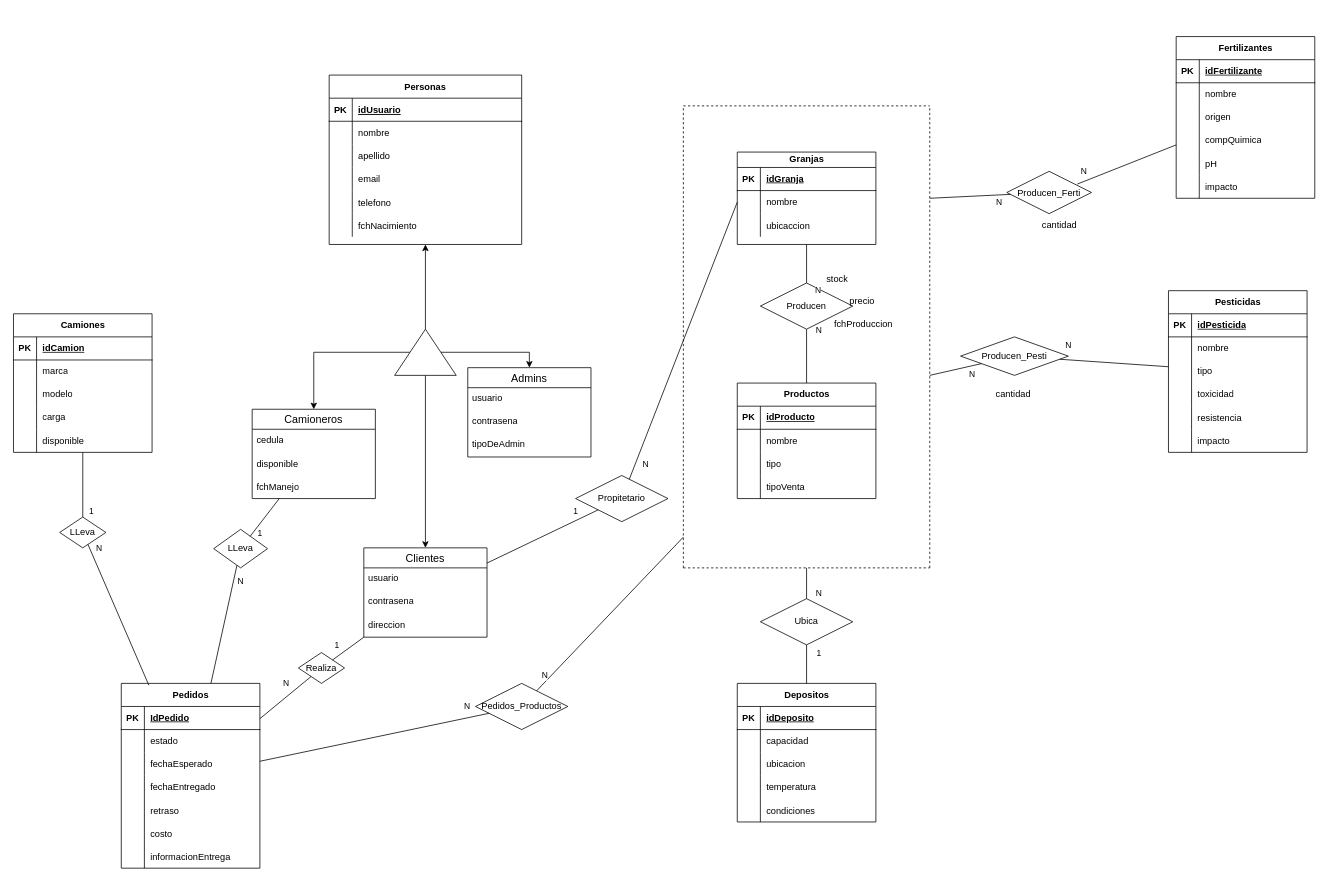
Above: Documentacion/MER.drawio in MatiasErra/ProyectoFinal (draw.io), before the change. Source tidied: cells renumbered, new cells numbered last; positions are measured from the earlier drawing's top-left corner, leaving out a move shared by most shapes. Both pictures are drawn from the tidied source at 77%, with x=0, y=0 at pixel (13, 36).
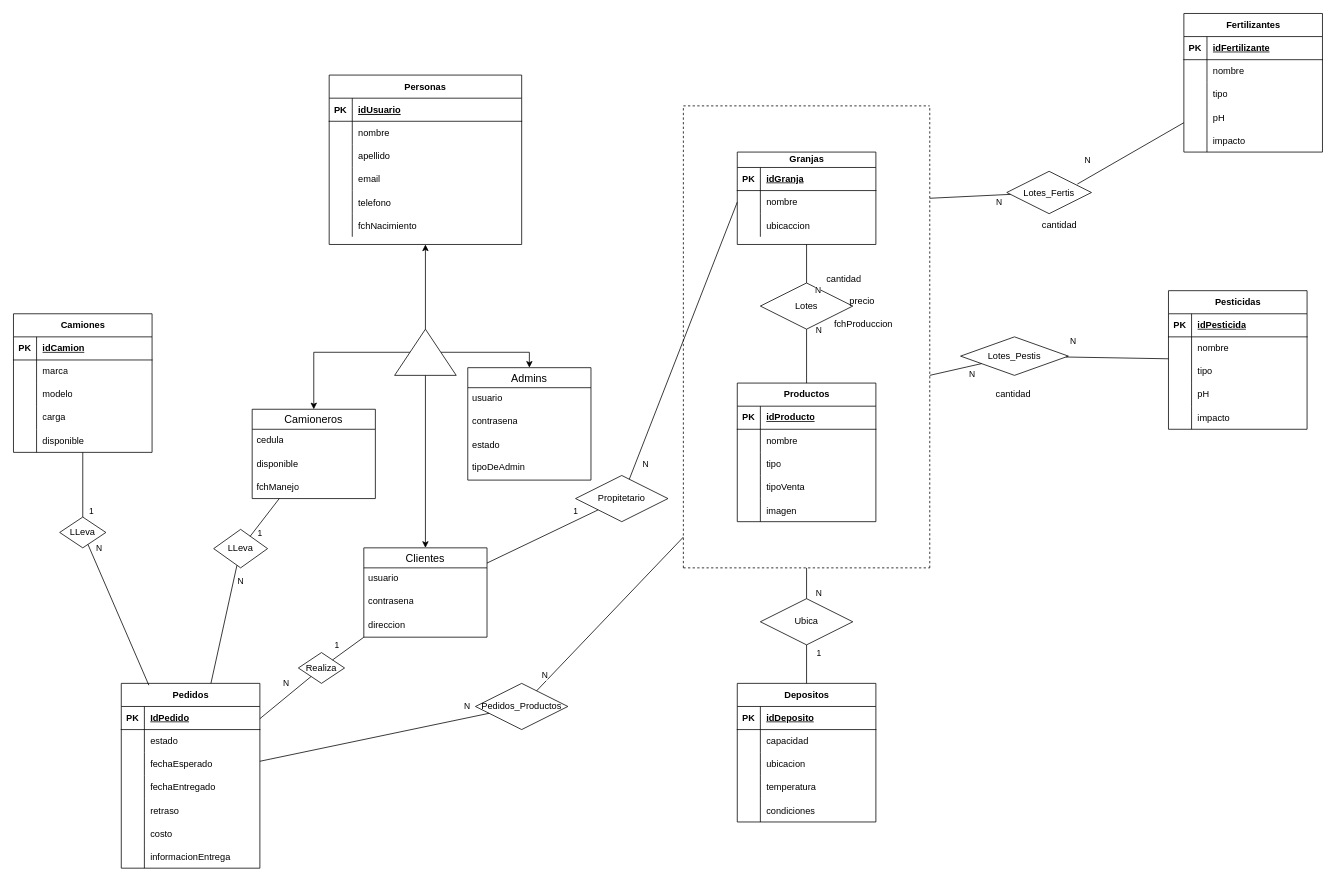
Above is the later version.

The change refers to these unchanged cells:
```xml
<mxCell id="131" style="shape=tableRow;horizontal=0;startSize=0;swimlaneHead=0;swimlaneBody=0;fillColor=none;top=0;left=0;right=0;bottom=0;" parent="124" vertex="1">
  <mxGeometry y="90" width="180" height="30" as="geometry" />
</mxCell>
<mxCell id="153" style="shape=tableRow;horizontal=0;startSize=0;swimlaneHead=0;swimlaneBody=0;fillColor=none;top=0;left=0;right=0;bottom=0;" parent="143" vertex="1">
  <mxGeometry y="120" width="180" height="30" as="geometry" />
</mxCell>
```

The edit, as a diff of the source:
```diff
@@
     <mxCell id="34" value="Admins" style="swimlane;fontStyle=0;horizontal=1;startSize=26;align=center;fontSize=14;" parent="1" vertex="1">
-      <mxGeometry x="590" y="430" width="160" height="116" as="geometry" />
+      <mxGeometry x="590" y="430" width="160" height="146" as="geometry" />
     </mxCell>
@@
+    <mxCell id="207" value="estado" style="text;strokeColor=none;fillColor=none;align=left;verticalAlign=middle;spacingLeft=4;spacingRight=4;overflow=hidden;whiteSpace=wrap;html=1;" parent="34" vertex="1">
+      <mxGeometry y="86" width="160" height="30" as="geometry" />
+    </mxCell>
     <mxCell id="37" value="tipoDeAdmin&lt;br&gt;" style="text;strokeColor=none;fillColor=none;spacingLeft=4;spacingRight=4;overflow=hidden;fontSize=12;whiteSpace=wrap;html=1;" parent="34" vertex="1">
-      <mxGeometry y="86" width="160" height="30" as="geometry" />
+      <mxGeometry y="116" width="160" height="30" as="geometry" />
     </mxCell>
@@
     <mxCell id="93" value="Productos" style="shape=table;startSize=30;childLayout=tableLayout;rowLines=0;fontStyle=1;align=center;html=1;" parent="1" vertex="1">
-      <mxGeometry x="940" y="450" width="180" height="150" as="geometry" />
+      <mxGeometry x="940" y="450" width="180" height="180" as="geometry" />
     </mxCell>
@@
+    <mxCell id="156" style="shape=tableRow;horizontal=0;startSize=0;swimlaneHead=0;swimlaneBody=0;fillColor=none;top=0;left=0;right=0;bottom=0;" parent="93" vertex="1">
+      <mxGeometry y="150" width="180" height="30" as="geometry" />
+    </mxCell>
+    <mxCell id="157" style="shape=partialRectangle;fillColor=none;top=0;left=0;bottom=0;right=0;overflow=hidden;" parent="156" vertex="1">
+      <mxGeometry width="30" height="30" as="geometry" />
+    </mxCell>
+    <mxCell id="208" value="imagen" style="shape=partialRectangle;fillColor=none;top=0;left=0;bottom=0;right=0;align=left;spacingLeft=6;overflow=hidden;" parent="156" vertex="1">
+      <mxGeometry x="30" width="150" height="30" as="geometry" />
+    </mxCell>
@@
-    <mxCell id="116" value="Producen" style="shape=rhombus;perimeter=rhombusPerimeter;whiteSpace=wrap;html=1;align=center;" parent="1" vertex="1">
+    <mxCell id="116" value="Lotes" style="shape=rhombus;perimeter=rhombusPerimeter;whiteSpace=wrap;html=1;align=center;" parent="1" vertex="1">
       <mxGeometry x="970" y="320" width="120" height="60" as="geometry" />
     </mxCell>
@@
-    <mxCell id="121" value="stock" style="text;strokeColor=none;fillColor=none;align=left;verticalAlign=middle;spacingLeft=4;spacingRight=4;overflow=hidden;whiteSpace=wrap;html=1;" parent="1" vertex="1">
+    <mxCell id="121" value="cantidad" style="text;strokeColor=none;fillColor=none;align=left;verticalAlign=middle;spacingLeft=4;spacingRight=4;overflow=hidden;whiteSpace=wrap;html=1;" parent="1" vertex="1">
       <mxGeometry x="1050" y="300" width="80" height="30" as="geometry" />
     </mxCell>
@@
     <mxCell id="124" value="Fertilizantes" style="shape=table;startSize=30;childLayout=tableLayout;rowLines=0;fontStyle=1;align=center;html=1;" parent="1" vertex="1">
-      <mxGeometry x="1510" width="180" height="210" as="geometry" />
+      <mxGeometry x="1520" y="-30" width="180" height="180" as="geometry" />
     </mxCell>
@@
-    <mxCell id="133" value="origen" style="shape=partialRectangle;fillColor=none;top=0;left=0;bottom=0;right=0;align=left;spacingLeft=6;overflow=hidden;whiteSpace=wrap;html=1;" parent="131" vertex="1">
+    <mxCell id="133" value="tipo" style="shape=partialRectangle;fillColor=none;top=0;left=0;bottom=0;right=0;align=left;spacingLeft=6;overflow=hidden;whiteSpace=wrap;html=1;" parent="131" vertex="1">
       <mxGeometry x="30" width="150" height="30" as="geometry" />
     </mxCell>
-    <mxCell id="134" style="shape=tableRow;horizontal=0;startSize=0;swimlaneHead=0;swimlaneBody=0;fillColor=none;top=0;left=0;right=0;bottom=0;" parent="124" vertex="1">
-      <mxGeometry y="120" width="180" height="30" as="geometry" />
-    </mxCell>
-    <mxCell id="135" style="shape=partialRectangle;fillColor=none;top=0;left=0;bottom=0;right=0;overflow=hidden;whiteSpace=wrap;html=1;" parent="134" vertex="1">
-      <mxGeometry width="30" height="30" as="geometry" />
-    </mxCell>
-    <mxCell id="136" value="compQuimica" style="shape=partialRectangle;fillColor=none;top=0;left=0;bottom=0;right=0;align=left;spacingLeft=6;overflow=hidden;whiteSpace=wrap;html=1;" parent="134" vertex="1">
-      <mxGeometry x="30" width="150" height="30" as="geometry" />
-    </mxCell>
     <mxCell id="137" style="shape=tableRow;horizontal=0;startSize=0;swimlaneHead=0;swimlaneBody=0;fillColor=none;top=0;left=0;right=0;bottom=0;" parent="124" vertex="1">
-      <mxGeometry y="150" width="180" height="30" as="geometry" />
+      <mxGeometry y="120" width="180" height="30" as="geometry" />
     </mxCell>
@@
     <mxCell id="140" style="shape=tableRow;horizontal=0;startSize=0;swimlaneHead=0;swimlaneBody=0;fillColor=none;top=0;left=0;right=0;bottom=0;" parent="124" vertex="1">
-      <mxGeometry y="180" width="180" height="30" as="geometry" />
+      <mxGeometry y="150" width="180" height="30" as="geometry" />
     </mxCell>
@@
     <mxCell id="143" value="Pesticidas" style="shape=table;startSize=30;childLayout=tableLayout;rowLines=0;fontStyle=1;align=center;html=1;" parent="1" vertex="1">
-      <mxGeometry x="1500" y="330" width="180" height="210" as="geometry" />
+      <mxGeometry x="1500" y="330" width="180" height="180" as="geometry" />
     </mxCell>
@@
-    <mxCell id="155" value="toxicidad" style="shape=partialRectangle;fillColor=none;top=0;left=0;bottom=0;right=0;align=left;spacingLeft=6;overflow=hidden;whiteSpace=wrap;html=1;" parent="153" vertex="1">
+    <mxCell id="155" value="pH" style="shape=partialRectangle;fillColor=none;top=0;left=0;bottom=0;right=0;align=left;spacingLeft=6;overflow=hidden;whiteSpace=wrap;html=1;" parent="153" vertex="1">
       <mxGeometry x="30" width="150" height="30" as="geometry" />
     </mxCell>
-    <mxCell id="156" style="shape=tableRow;horizontal=0;startSize=0;swimlaneHead=0;swimlaneBody=0;fillColor=none;top=0;left=0;right=0;bottom=0;" parent="143" vertex="1">
-      <mxGeometry y="150" width="180" height="30" as="geometry" />
-    </mxCell>
-    <mxCell id="157" style="shape=partialRectangle;fillColor=none;top=0;left=0;bottom=0;right=0;overflow=hidden;" parent="156" vertex="1">
-      <mxGeometry width="30" height="30" as="geometry" />
-    </mxCell>
-    <mxCell id="158" value="resistencia" style="shape=partialRectangle;fillColor=none;top=0;left=0;bottom=0;right=0;align=left;spacingLeft=6;overflow=hidden;" parent="156" vertex="1">
-      <mxGeometry x="30" width="150" height="30" as="geometry" />
-    </mxCell>
     <mxCell id="159" style="shape=tableRow;horizontal=0;startSize=0;swimlaneHead=0;swimlaneBody=0;fillColor=none;top=0;left=0;right=0;bottom=0;" parent="143" vertex="1">
-      <mxGeometry y="180" width="180" height="30" as="geometry" />
+      <mxGeometry y="150" width="180" height="30" as="geometry" />
     </mxCell>
@@
-    <mxCell id="171" value="Producen_Pesti" style="shape=rhombus;perimeter=rhombusPerimeter;whiteSpace=wrap;html=1;align=center;" parent="1" vertex="1">
+    <mxCell id="171" value="Lotes_Pestis" style="shape=rhombus;perimeter=rhombusPerimeter;whiteSpace=wrap;html=1;align=center;" parent="1" vertex="1">
       <mxGeometry x="1230" y="390" width="140" height="50" as="geometry" />
     </mxCell>
-    <mxCell id="172" value="Producen_Ferti" style="shape=rhombus;perimeter=rhombusPerimeter;whiteSpace=wrap;html=1;align=center;" parent="1" vertex="1">
+    <mxCell id="172" value="Lotes_Fertis" style="shape=rhombus;perimeter=rhombusPerimeter;whiteSpace=wrap;html=1;align=center;" parent="1" vertex="1">
       <mxGeometry x="1290" y="175" width="110" height="55" as="geometry" />
     </mxCell>
```
